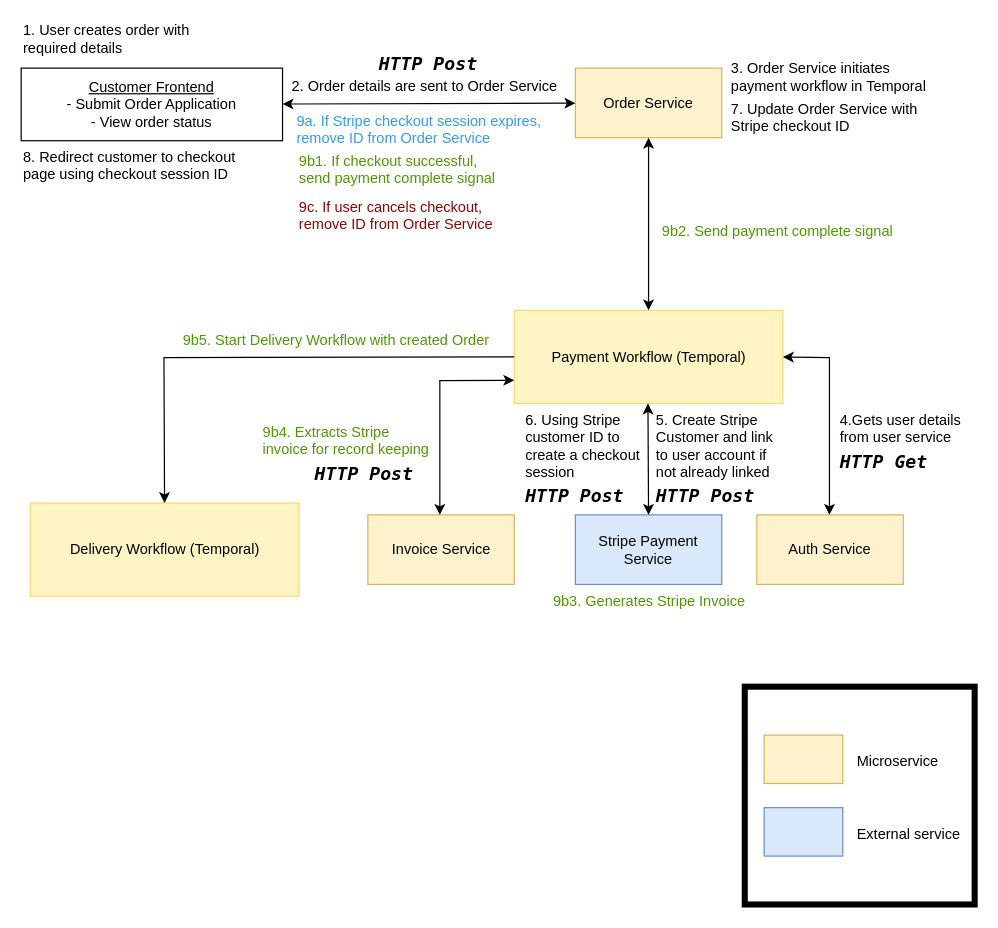
Before: page "Page-1" (1 of 2) of diagrams/Scenario1.drawio in darkliyznyanlin910/esd-2425T2, a draw.io diagram. Source tidied: cells renumbered, new cells numbered last; positions are measured from the earlier drawing's top-left corner, leaving out a move shared by most shapes. Both pictures are drawn from the tidied source at 121%, with x=0, y=0 at pixel (21, 21).
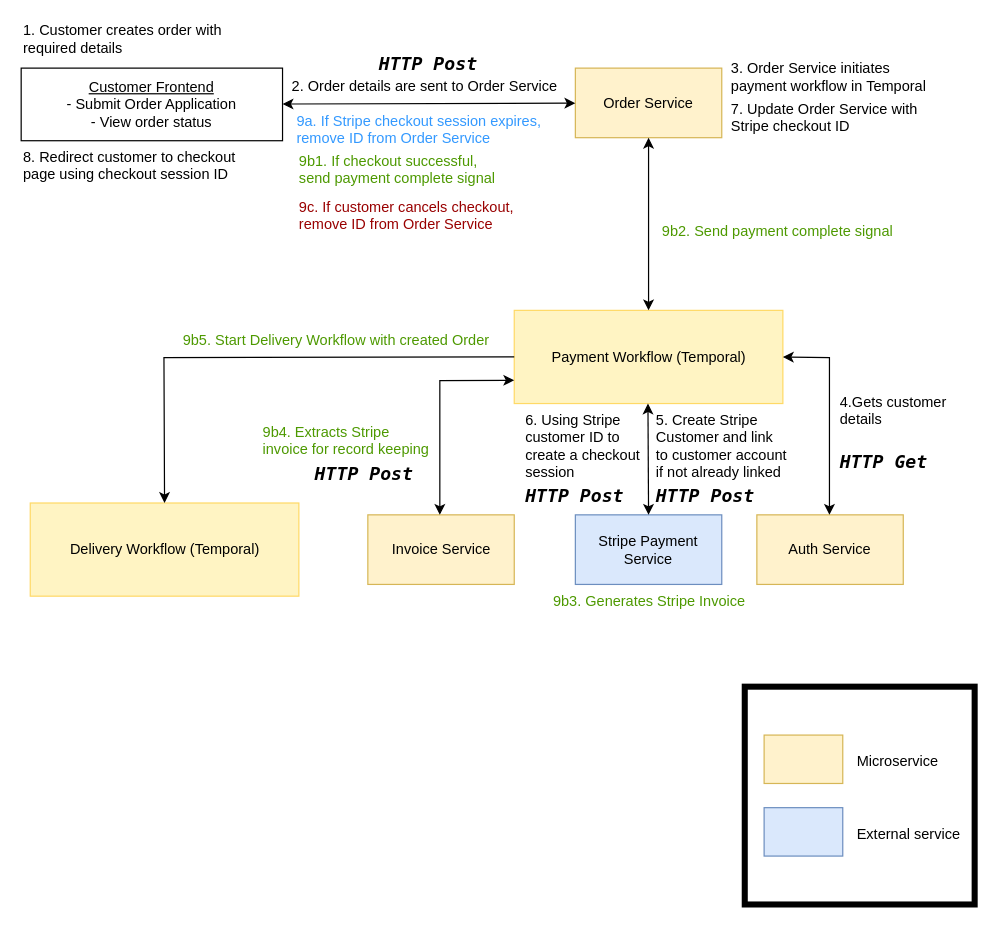
The same diagram, later.

The edit, as a diff of the source:
```diff
@@
-    <mxCell id="5" value="1. User creates order with &lt;br&gt;required details" style="text;html=1;align=left;verticalAlign=middle;whiteSpace=wrap;rounded=0;" parent="1" vertex="1">
+    <mxCell id="5" value="1. Customer creates order with &lt;br&gt;required details" style="text;html=1;align=left;verticalAlign=middle;whiteSpace=wrap;rounded=0;" parent="1" vertex="1">
       <mxGeometry width="239" height="30" as="geometry" />
     </mxCell>
@@
-    <mxCell id="12" value="4.Gets user details&#10;from user service" style="text;whiteSpace=wrap;align=left;" parent="1" vertex="1">
-      <mxGeometry x="675" y="316" width="113" height="40" as="geometry" />
+    <mxCell id="12" value="4.Gets customer details" style="text;whiteSpace=wrap;align=left;" parent="1" vertex="1">
+      <mxGeometry x="675" y="301" width="113" height="40" as="geometry" />
     </mxCell>
@@
-    <mxCell id="16" value="5. Create Stripe&#10;Customer and link&#10;to user account if not already linked" style="text;whiteSpace=wrap;align=left;" parent="1" vertex="1">
+    <mxCell id="16" value="5. Create Stripe&#10;Customer and link&#10;to customer account if not already linked" style="text;whiteSpace=wrap;align=left;" parent="1" vertex="1">
       <mxGeometry x="523" y="316" width="113" height="72" as="geometry" />
     </mxCell>
@@
-    <mxCell id="24" value="9c. If user cancels checkout, remove ID from Order Service" style="text;whiteSpace=wrap;align=left;fontColor=#990000;labelBackgroundColor=none;" parent="1" vertex="1">
+    <mxCell id="24" value="9c. If customer cancels checkout, remove ID from Order Service" style="text;whiteSpace=wrap;align=left;fontColor=#990000;labelBackgroundColor=none;" parent="1" vertex="1">
       <mxGeometry x="227.5" y="140" width="180" height="72" as="geometry" />
     </mxCell>
```
